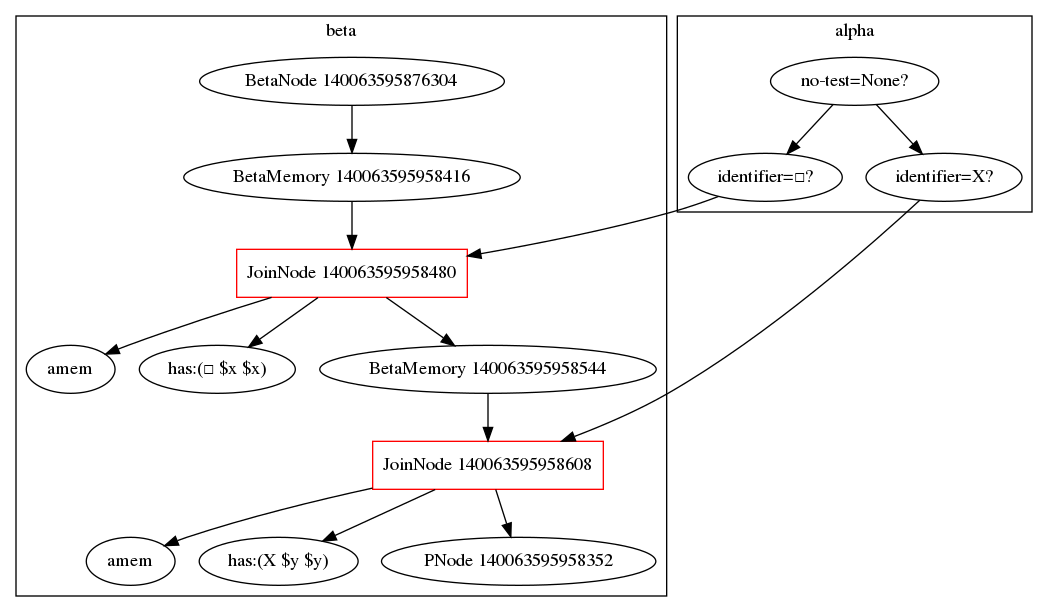
This is genifer6/rete.png from Cybernetic1/python, a Graphviz export, as it was before one commit. Its source is kept beside it as genifer6/rete.dot.
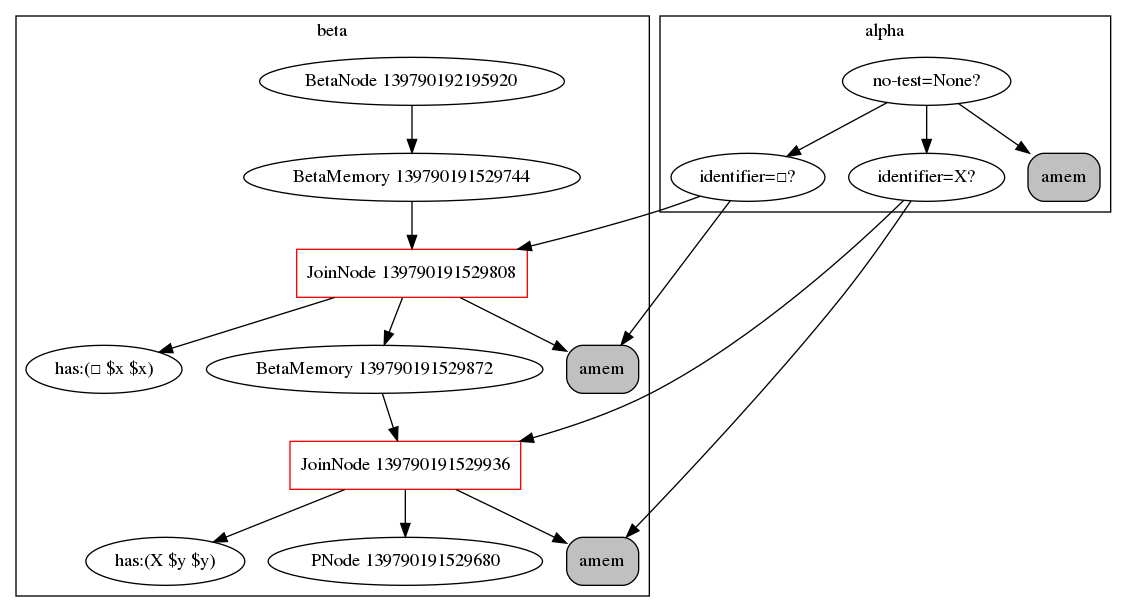
After the commit.

Commit message:
rete dot graphs

What changed in the source:
```diff
@@ -1,25 +1,29 @@
 digraph {
     subgraph cluster_1 {
     label = beta
-    "BetaNode 140063595876304" -> "BetaMemory 140063595958416";
-    "BetaMemory 140063595958416" -> "JoinNode 140063595958480";
-    "JoinNode 140063595958480" -> "amem:<rete.alpha.AlphaMemory instance at 0x7f6318e0ac68>"
-    "amem:<rete.alpha.AlphaMemory instance at 0x7f6318e0ac68>" [label="amem"];
-    "JoinNode 140063595958480" [shape=box, color=red];
-    "JoinNode 140063595958480" -> "has:(□ $x $x)"
-    "JoinNode 140063595958480" -> "BetaMemory 140063595958544";
-    "BetaMemory 140063595958544" -> "JoinNode 140063595958608";
-    "JoinNode 140063595958608" -> "amem:<rete.alpha.AlphaMemory instance at 0x7f6318e0acf8>"
-    "amem:<rete.alpha.AlphaMemory instance at 0x7f6318e0acf8>" [label="amem"];
-    "JoinNode 140063595958608" [shape=box, color=red];
-    "JoinNode 140063595958608" -> "has:(X $y $y)"
-    "JoinNode 140063595958608" -> "PNode 140063595958352";
+    "BetaNode 139790192195920" -> "BetaMemory 139790191529744";
+    "BetaMemory 139790191529744" -> "JoinNode 139790191529808";
+    "JoinNode 139790191529808" -> "amem:<rete.alpha.AlphaMemory instance at 0x7f2370b56bd8>"
+    "JoinNode 139790191529808" [shape=box, color=red];
+    "JoinNode 139790191529808" -> "has:(□ $x $x)"
+    "JoinNode 139790191529808" -> "BetaMemory 139790191529872";
+    "BetaMemory 139790191529872" -> "JoinNode 139790191529936";
+    "JoinNode 139790191529936" -> "amem:<rete.alpha.AlphaMemory instance at 0x7f2370b56c68>"
+    "JoinNode 139790191529936" [shape=box, color=red];
+    "JoinNode 139790191529936" -> "has:(X $y $y)"
+    "JoinNode 139790191529936" -> "PNode 139790191529680";
     }
     subgraph cluster_0 {
     label = alpha
     "no-test=None?" -> "identifier=□?";
+    "identifier=□?" -> "amem:<rete.alpha.AlphaMemory instance at 0x7f2370b56bd8>";
+    "amem:<rete.alpha.AlphaMemory instance at 0x7f2370b56bd8>" [shape=box, style="rounded,filled", label="amem", fillcolor=gray];
     "no-test=None?" -> "identifier=X?";
+    "identifier=X?" -> "amem:<rete.alpha.AlphaMemory instance at 0x7f2370b56c68>";
+    "amem:<rete.alpha.AlphaMemory instance at 0x7f2370b56c68>" [shape=box, style="rounded,filled", label="amem", fillcolor=gray];
+    "no-test=None?" -> "amem:<rete.alpha.AlphaMemory instance at 0x7f2370b56a28>";
+    "amem:<rete.alpha.AlphaMemory instance at 0x7f2370b56a28>" [shape=box, style="rounded,filled", label="amem", fillcolor=gray];
     }
-    "identifier=□?" -> "JoinNode 140063595958480";
-    "identifier=X?" -> "JoinNode 140063595958608";
+    "identifier=□?" -> "JoinNode 139790191529808";
+    "identifier=X?" -> "JoinNode 139790191529936";
 }
```
